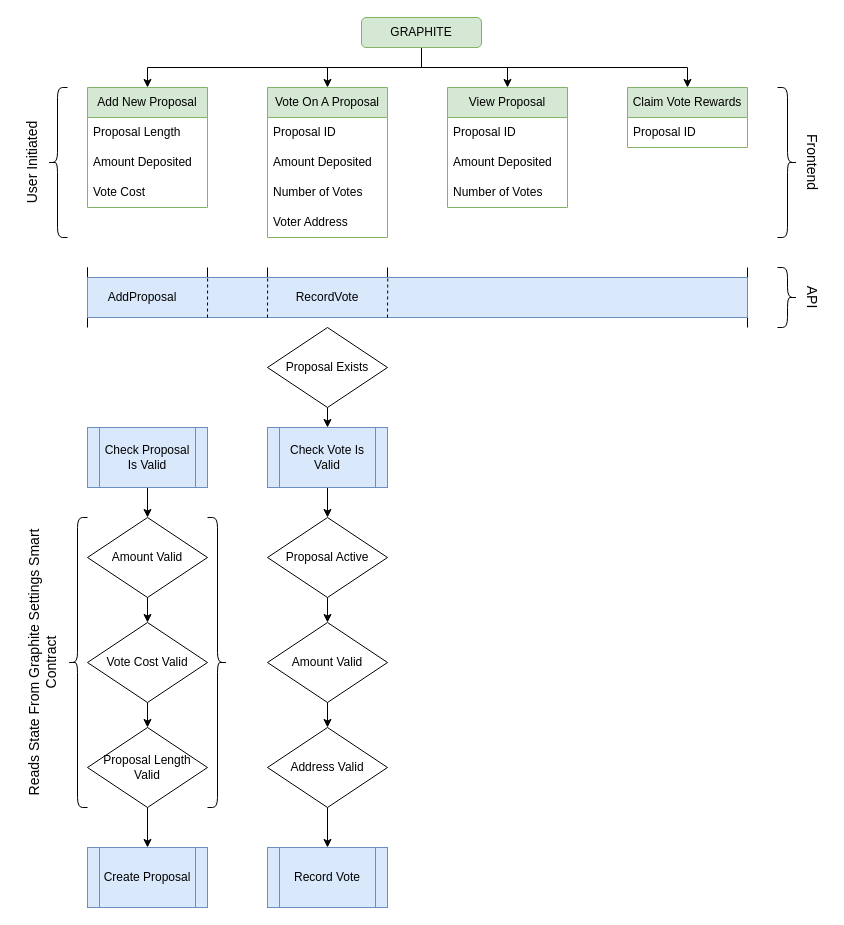
Before: Graphite.drawio in hello-adam-martin/diagrams, a draw.io diagram. Source tidied: cells renumbered, new cells numbered last; positions are measured from the earlier drawing's top-left corner, leaving out a move shared by most shapes. Both pictures are drawn from the tidied source at 100%, with x=0, y=0 at pixel (-103, 17).
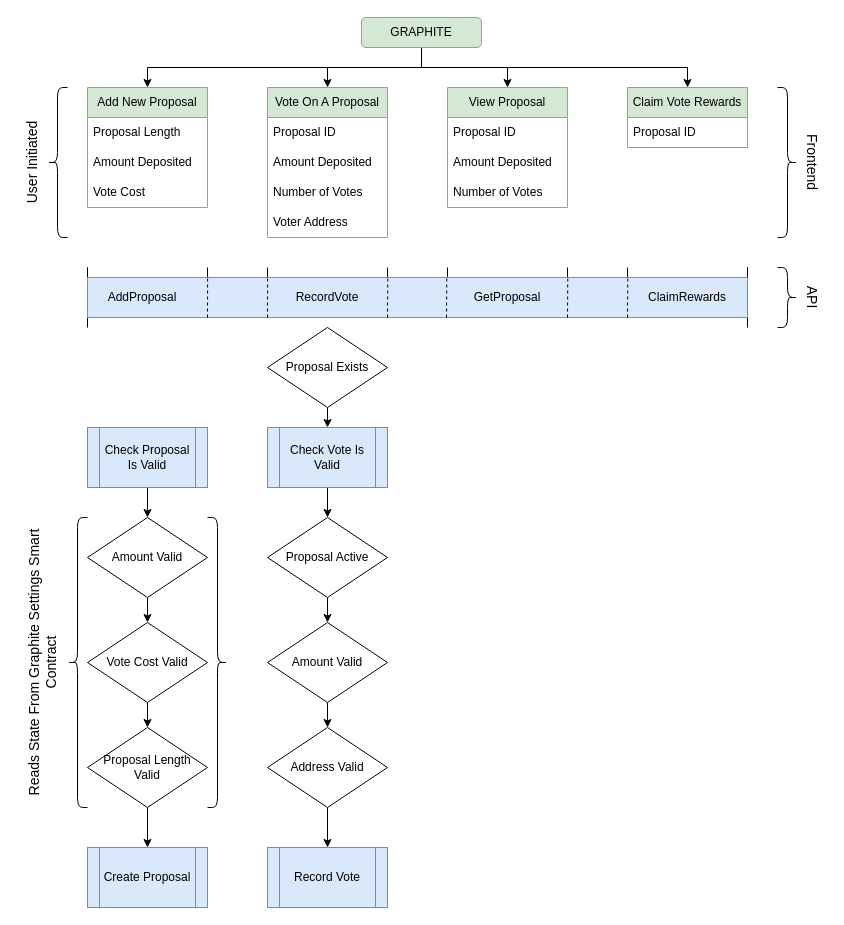
Above is the later version.

The edit, as a diff of the source:
```diff
@@
+    <mxCell id="61" style="shape=crossbar;whiteSpace=wrap;html=1;rounded=1;" parent="1" vertex="1">
+      <mxGeometry x="550" y="250" width="120" height="20" as="geometry" />
+    </mxCell>
+    <mxCell id="62" style="shape=crossbar;whiteSpace=wrap;html=1;rounded=1;" parent="1" vertex="1">
+      <mxGeometry x="730" y="250" width="120" height="20" as="geometry" />
+    </mxCell>
@@
+    <mxCell id="63" style="endArrow=none;dashed=1;html=1;rounded=0;entryX=0.455;entryY=-0.048;entryDx=0;entryDy=0;entryPerimeter=0;" parent="1" edge="1">
+      <mxGeometry relative="1" as="geometry">
+        <mxPoint x="549" y="300" as="sourcePoint" />
+        <mxPoint x="549.3" y="258.1" as="targetPoint" />
+      </mxGeometry>
+    </mxCell>
+    <mxCell id="64" style="endArrow=none;dashed=1;html=1;rounded=0;entryX=0.455;entryY=-0.048;entryDx=0;entryDy=0;entryPerimeter=0;" parent="1" edge="1">
+      <mxGeometry relative="1" as="geometry">
+        <mxPoint x="670" y="300" as="sourcePoint" />
+        <mxPoint x="670.3" y="258.1" as="targetPoint" />
+      </mxGeometry>
+    </mxCell>
+    <mxCell id="65" style="endArrow=none;dashed=1;html=1;rounded=0;entryX=0.455;entryY=-0.048;entryDx=0;entryDy=0;entryPerimeter=0;" parent="1" edge="1">
+      <mxGeometry relative="1" as="geometry">
+        <mxPoint x="730" y="300" as="sourcePoint" />
+        <mxPoint x="730.3" y="258.1" as="targetPoint" />
+      </mxGeometry>
+    </mxCell>
+    <mxCell id="66" value="GetProposal" style="text;html=1;strokeColor=none;fillColor=none;align=center;verticalAlign=middle;whiteSpace=wrap;rounded=0;" parent="1" vertex="1">
+      <mxGeometry x="555" y="265" width="110" height="30" as="geometry" />
+    </mxCell>
+    <mxCell id="67" value="ClaimRewards" style="text;html=1;strokeColor=none;fillColor=none;align=center;verticalAlign=middle;whiteSpace=wrap;rounded=0;" parent="1" vertex="1">
+      <mxGeometry x="735" y="265" width="110" height="30" as="geometry" />
+    </mxCell>
```
